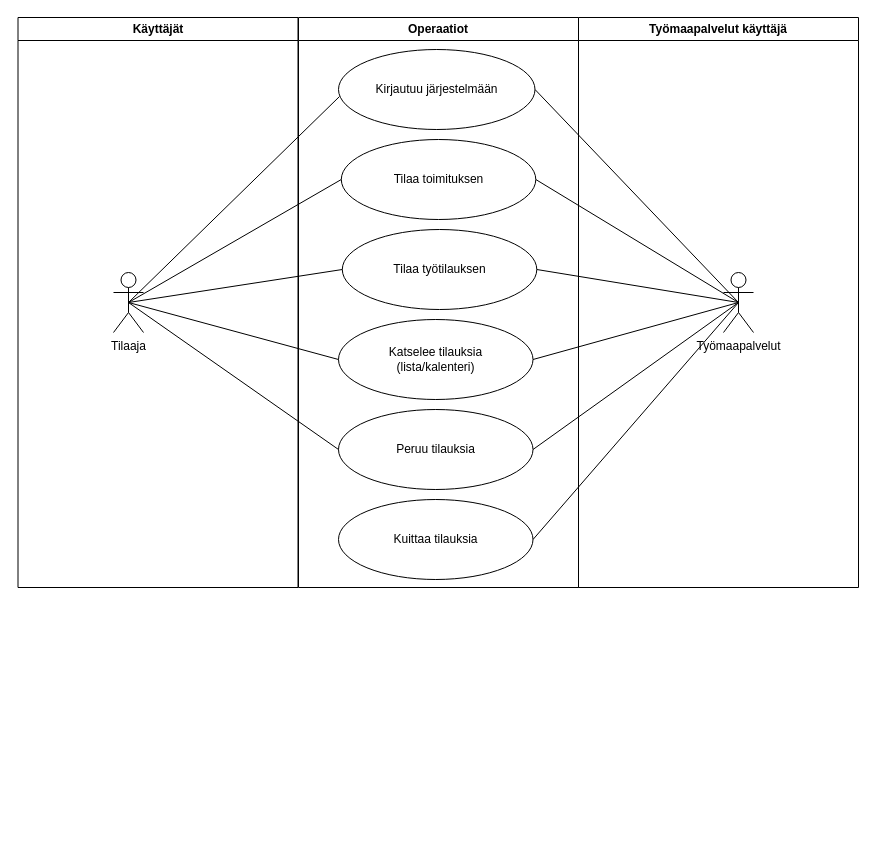
Before: Kaaviot/use case.drawio in Hibu009/UIAppDocumentation, a draw.io diagram. Source tidied: cells renumbered, new cells numbered last; positions are measured from the earlier drawing's top-left corner, leaving out a move shared by most shapes. Both pictures are drawn from the tidied source at 100%, with x=0, y=0 at pixel (17, 17).
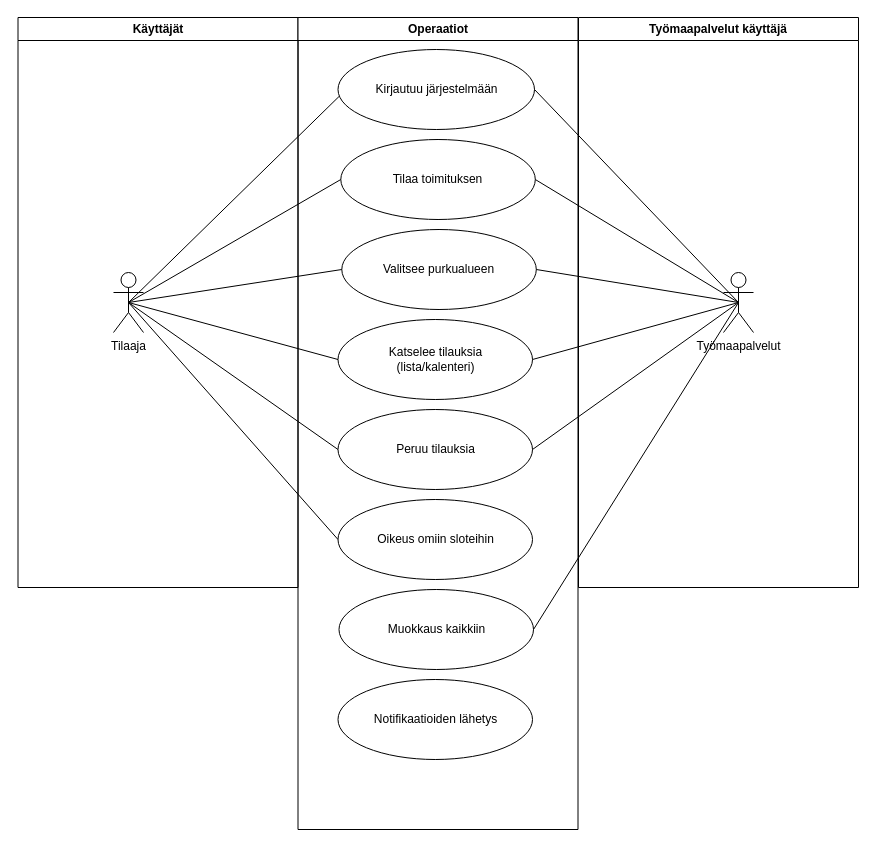
The same diagram, later.

Unchanged cells that the change refers to:
```xml
<mxCell id="3" value="Tilaaja" style="shape=umlActor;verticalLabelPosition=bottom;verticalAlign=top;html=1;outlineConnect=0;" parent="2" vertex="1">
  <mxGeometry x="95.5" y="255" width="30" height="60" as="geometry" />
</mxCell>
<mxCell id="8" value="Peruu tilauksia" style="ellipse;whiteSpace=wrap;html=1;" parent="4" vertex="1">
  <mxGeometry x="40" y="392" width="194.5" height="80" as="geometry" />
</mxCell>
<mxCell id="12" value="Työmaapalvelut" style="shape=umlActor;verticalLabelPosition=bottom;verticalAlign=top;html=1;outlineConnect=0;" parent="11" vertex="1">
  <mxGeometry x="145" y="255" width="30" height="60" as="geometry" />
</mxCell>
```

Change to the diagram source:
```diff
@@
     <mxCell id="4" value="Operaatiot" style="swimlane;whiteSpace=wrap;" parent="1" vertex="1">
-      <mxGeometry x="281" width="280" height="570" as="geometry" />
+      <mxGeometry x="280.5" width="280" height="812" as="geometry" />
     </mxCell>
@@
-    <mxCell id="9" value="Tilaa työtilauksen" style="ellipse;whiteSpace=wrap;html=1;" parent="4" vertex="1">
+    <mxCell id="9" value="Valitsee purkualueen" style="ellipse;whiteSpace=wrap;html=1;" parent="4" vertex="1">
       <mxGeometry x="43.8" y="212" width="194.5" height="80" as="geometry" />
     </mxCell>
-    <mxCell id="10" value="Kuittaa tilauksia" style="ellipse;whiteSpace=wrap;html=1;" parent="4" vertex="1">
+    <mxCell id="10" value="Oikeus omiin sloteihin" style="ellipse;whiteSpace=wrap;html=1;" parent="4" vertex="1">
       <mxGeometry x="40" y="482" width="194.5" height="80" as="geometry" />
     </mxCell>
+    <mxCell id="24" value="Muokkaus kaikkiin" style="ellipse;whiteSpace=wrap;html=1;" parent="4" vertex="1">
+      <mxGeometry x="41" y="572" width="194.5" height="80" as="geometry" />
+    </mxCell>
+    <mxCell id="25" value="Notifikaatioiden lähetys" style="ellipse;whiteSpace=wrap;html=1;" parent="4" vertex="1">
+      <mxGeometry x="40" y="662" width="194.5" height="80" as="geometry" />
+    </mxCell>
@@
-    <mxCell id="19" style="endArrow=none;html=1;rounded=0;entryX=0.5;entryY=0.5;entryDx=0;entryDy=0;entryPerimeter=0;exitX=1;exitY=0.5;exitDx=0;exitDy=0;" parent="1" edge="1" source="10" target="12">
+    <mxCell id="19" style="endArrow=none;html=1;rounded=0;entryX=0.5;entryY=0.5;entryDx=0;entryDy=0;entryPerimeter=0;exitX=0;exitY=0.5;exitDx=0;exitDy=0;" parent="1" edge="1" source="10" target="3">
       <mxGeometry relative="1" as="geometry" />
     </mxCell>
-    <mxCell id="20" style="endArrow=none;html=1;rounded=0;entryX=0.5;entryY=0.5;entryDx=0;entryDy=0;entryPerimeter=0;exitX=1;exitY=0.5;exitDx=0;exitDy=0;" parent="1" edge="1" source="8" target="12">
+    <mxCell id="20" style="endArrow=none;html=1;rounded=0;entryX=0.5;entryY=0.5;entryDx=0;entryDy=0;entryPerimeter=0;exitX=1;exitY=0.5;exitDx=0;exitDy=0;" parent="1" edge="1" source="24" target="12">
       <mxGeometry relative="1" as="geometry" />
     </mxCell>
@@
+    <mxCell id="26" style="endArrow=none;html=1;rounded=0;entryX=0.5;entryY=0.5;entryDx=0;entryDy=0;entryPerimeter=0;exitX=1;exitY=0.5;exitDx=0;exitDy=0;" parent="1" edge="1" source="8" target="12">
+      <mxGeometry relative="1" as="geometry" />
+    </mxCell>
```
